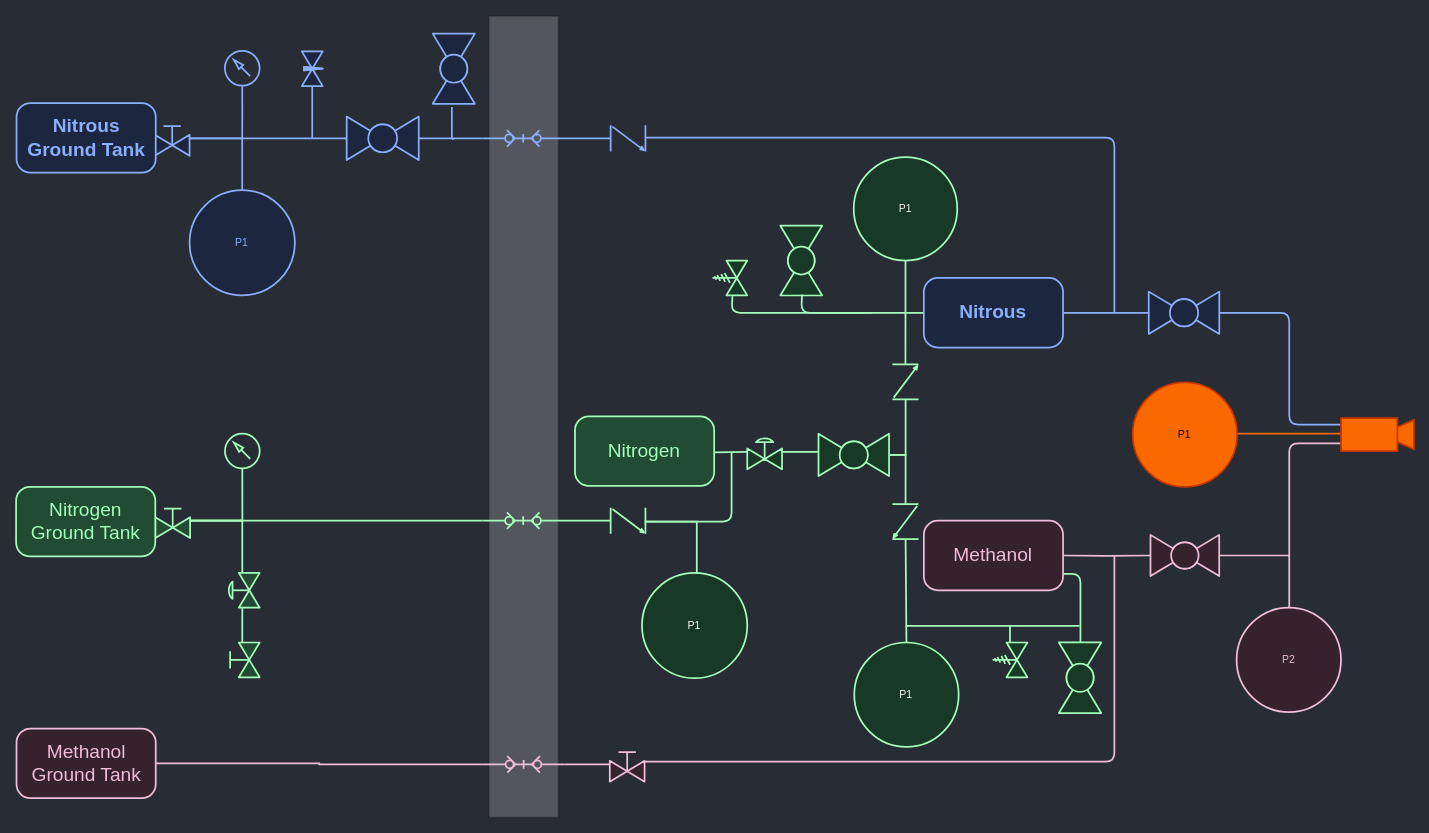
Earlier version of the draw.io diagram page "Simplified" (1 of 2) of CombinedPID.drawio (icl-rocketry/Propulsion-PIDs). Source tidied: cells renumbered, new cells numbered last; positions are measured from the earlier drawing's top-left corner, leaving out a move shared by most shapes. Both pictures are drawn from the tidied source at 87%, with x=0, y=0 at pixel (16, 16).
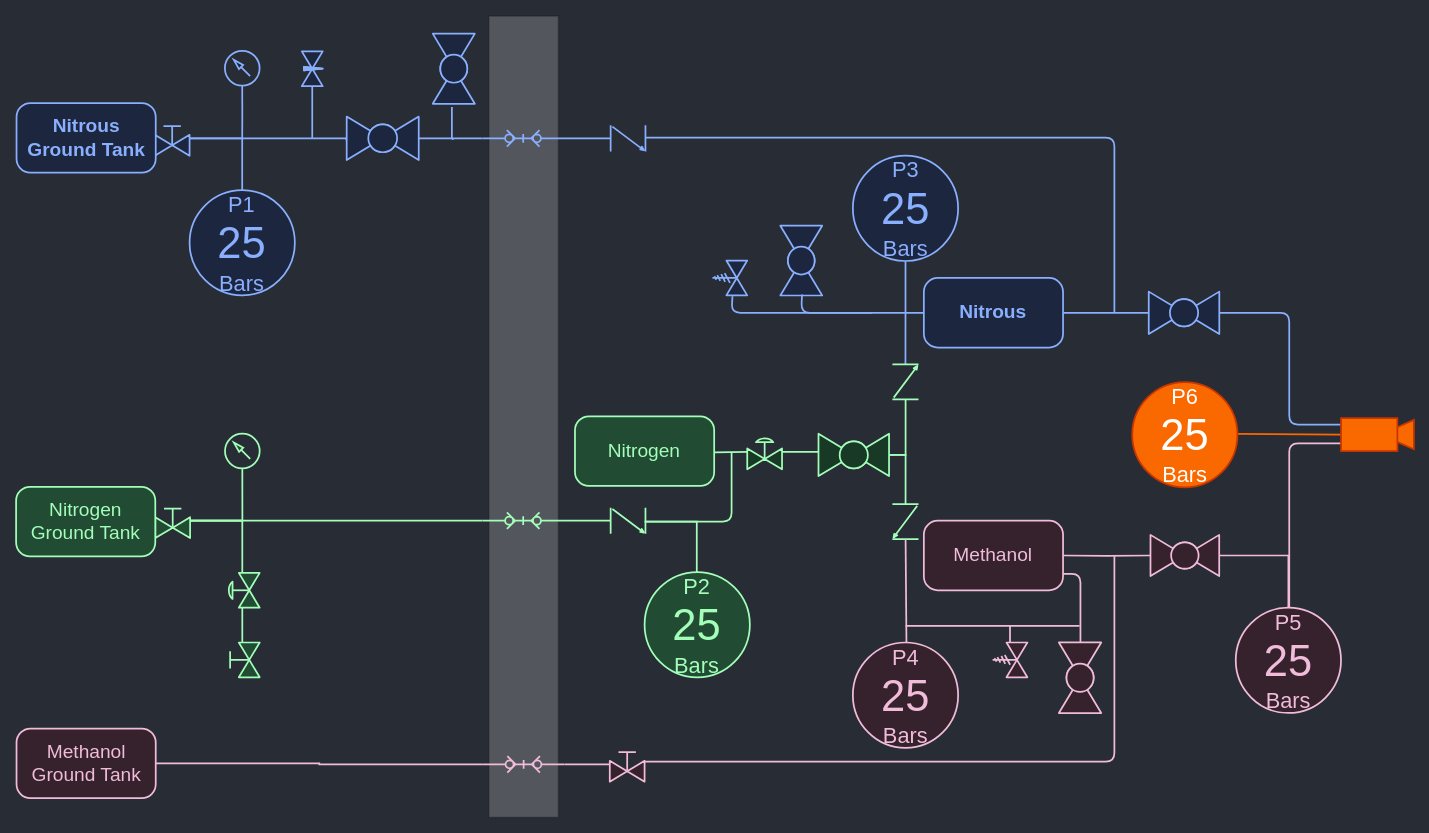
Above is the later version.

Unchanged cells that the change refers to:
```xml
<mxCell id="20" style="verticalLabelPosition=bottom;align=center;html=1;verticalAlign=top;dashed=0;shape=mxgraph.pid2valves.valve;valveType=check;rotation=0;fillColor=#224B33;strokeColor=#A3FEB9;strokeWidth=2;fontColor=#FAFAFA;" parent="1" vertex="1">
  <mxGeometry x="683.4" y="565" width="40" height="30" as="geometry" />
</mxCell>
<mxCell id="44" style="verticalLabelPosition=bottom;align=center;html=1;verticalAlign=top;dashed=0;shape=mxgraph.pid2valves.valve;valveType=check;rotation=-90;fillColor=#183926;strokeColor=#A3FEB9;strokeWidth=2;" parent="1" vertex="1">
  <mxGeometry x="1002.2" y="405.5" width="40.1" height="30" as="geometry" />
</mxCell>
<mxCell id="59" style="verticalLabelPosition=bottom;align=center;html=1;verticalAlign=top;dashed=0;shape=mxgraph.pid2valves.valve;valveType=ball;rotation=-180;fillColor=#35222C;strokeColor=#F0BCDA;fontColor=#F0BCDA;strokeWidth=2;" parent="1" vertex="1">
  <mxGeometry x="1303.9" y="596.3" width="79" height="47.4" as="geometry" />
</mxCell>
<mxCell id="71" value="Methanol" style="rounded=1;whiteSpace=wrap;html=1;arcSize=20;fontSize=22;strokeColor=#F0BCDA;fillColor=#35222C;fontColor=#F0BCDA;strokeWidth=2;" parent="1" vertex="1">
  <mxGeometry x="1043.4" y="580" width="160" height="80" as="geometry" />
</mxCell>
```

What changed in the source:
```diff
@@
-    <mxCell id="23" value="P1" style="ellipse;whiteSpace=wrap;html=1;fillColor=#1C263E;strokeColor=#89AFFE;rotation=0;fontColor=#89AFFE;strokeWidth=2;" parent="1" vertex="1">
+    <mxCell id="23" value="P1&lt;br style=&quot;font-size: 25px;&quot;&gt;&lt;font style=&quot;font-size: 50px;&quot;&gt;25&lt;/font&gt;&lt;br style=&quot;font-size: 25px;&quot;&gt;Bars" style="ellipse;whiteSpace=wrap;html=1;fillColor=#1C263E;strokeColor=#89AFFE;rotation=0;fontColor=#89AFFE;strokeWidth=2;fontSize=25;" parent="1" vertex="1">
       <mxGeometry x="199.4" y="200" width="121" height="121" as="geometry" />
     </mxCell>
@@
-    <mxCell id="31" value="P1" style="ellipse;whiteSpace=wrap;html=1;fillColor=#183926;strokeColor=#A3FEB9;rotation=0;strokeWidth=2;fontColor=#FAFAFA;" parent="1" vertex="1">
-      <mxGeometry x="719.4" y="640" width="121" height="121" as="geometry" />
-    </mxCell>
@@
-    <mxCell id="38" style="edgeStyle=orthogonalEdgeStyle;rounded=1;jettySize=auto;html=1;entryX=0.975;entryY=0.501;entryDx=0;entryDy=0;entryPerimeter=0;fontColor=#FAFAFA;strokeWidth=2;fillColor=#183926;strokeColor=#A3FEB9;endArrow=none;endFill=0;" parent="1" edge="1" target="46">
+    <mxCell id="38" style="edgeStyle=orthogonalEdgeStyle;rounded=1;jettySize=auto;html=1;entryX=0.975;entryY=0.501;entryDx=0;entryDy=0;entryPerimeter=0;fontColor=#FAFAFA;strokeWidth=2;fillColor=#183926;strokeColor=#F0BCDA;endArrow=none;endFill=0;" parent="1" edge="1" target="46">
       <mxGeometry relative="1" as="geometry">
         <mxPoint x="1142.4" y="701" as="sourcePoint" />
         <Array as="points">
           <mxPoint x="1142.4" y="701" />
         </Array>
       </mxGeometry>
     </mxCell>
-    <mxCell id="39" style="edgeStyle=orthogonalEdgeStyle;rounded=1;orthogonalLoop=1;jettySize=auto;html=1;fillColor=#183926;strokeColor=#A3FEB9;strokeWidth=2;endArrow=none;endFill=0;" parent="1" edge="1">
+    <mxCell id="39" style="edgeStyle=orthogonalEdgeStyle;rounded=1;orthogonalLoop=1;jettySize=auto;html=1;fillColor=#183926;strokeColor=#F0BCDA;strokeWidth=2;endArrow=none;endFill=0;fontColor=#F0BCDA;" parent="1" edge="1">
       <mxGeometry relative="1" as="geometry">
         <mxPoint x="1022.4" y="701" as="sourcePoint" />
         <mxPoint x="1222.4" y="701" as="targetPoint" />
         <Array as="points">
           <mxPoint x="1222.4" y="701" />
         </Array>
       </mxGeometry>
     </mxCell>
@@
-    <mxCell id="41" style="edgeStyle=orthogonalEdgeStyle;rounded=1;orthogonalLoop=1;jettySize=auto;html=1;entryX=0.5;entryY=0;entryDx=0;entryDy=0;entryPerimeter=0;fillColor=#183926;strokeColor=#A3FEB9;strokeWidth=2;endArrow=none;endFill=0;" parent="1" edge="1">
+    <mxCell id="41" style="edgeStyle=orthogonalEdgeStyle;rounded=1;orthogonalLoop=1;jettySize=auto;html=1;entryX=0.5;entryY=0;entryDx=0;entryDy=0;entryPerimeter=0;fillColor=#183926;strokeColor=#89AFFE;strokeWidth=2;endArrow=none;endFill=0;" parent="1" edge="1">
       <mxGeometry relative="1" as="geometry">
         <mxPoint x="982.4" y="341" as="sourcePoint" />
         <mxPoint x="1043.5" y="341" as="targetPoint" />
         <Array as="points">
           <mxPoint x="983.4" y="341" />
         </Array>
       </mxGeometry>
     </mxCell>
-    <mxCell id="42" style="edgeStyle=orthogonalEdgeStyle;rounded=1;jettySize=auto;html=1;fillColor=#183926;strokeColor=#A3FEB9;strokeWidth=2;endArrow=none;endFill=0;entryX=-0.025;entryY=0.575;entryDx=0;entryDy=0;entryPerimeter=0;" parent="1" edge="1" target="50">
+    <mxCell id="42" style="edgeStyle=orthogonalEdgeStyle;rounded=1;jettySize=auto;html=1;fillColor=#183926;strokeColor=#89AFFE;strokeWidth=2;endArrow=none;endFill=0;entryX=-0.025;entryY=0.575;entryDx=0;entryDy=0;entryPerimeter=0;" parent="1" edge="1" target="50">
       <mxGeometry relative="1" as="geometry">
         <mxPoint x="982.4" y="341" as="sourcePoint" />
         <Array as="points">
           <mxPoint x="983.4" y="341" />
           <mxPoint x="822.4" y="341" />
           <mxPoint x="822.4" y="322" />
         </Array>
       </mxGeometry>
     </mxCell>
-    <mxCell id="43" style="edgeStyle=orthogonalEdgeStyle;rounded=0;jettySize=auto;html=1;endArrow=none;endFill=0;strokeColor=#A3FEB9;strokeWidth=2;entryX=0.5;entryY=1;entryDx=0;entryDy=0;" parent="1" edge="1" source="44" target="73">
-      <mxGeometry relative="1" as="geometry" />
+    <mxCell id="43" style="edgeStyle=orthogonalEdgeStyle;rounded=0;jettySize=auto;html=1;endArrow=none;endFill=0;strokeColor=#89AFFE;strokeWidth=2;entryX=0.5;entryY=1;entryDx=0;entryDy=0;" parent="1" edge="1" source="44">
+      <mxGeometry relative="1" as="geometry">
+        <mxPoint x="1022.3" y="281" as="targetPoint" />
+      </mxGeometry>
     </mxCell>
@@
-    <mxCell id="46" style="verticalLabelPosition=bottom;align=center;html=1;verticalAlign=top;dashed=0;shape=mxgraph.pid2valves.valve;valveType=gate;actuator=spring;rotation=-90;fontColor=#FAFAFA;strokeWidth=2;fillColor=#183926;strokeColor=#A3FEB9;" parent="1" vertex="1">
+    <mxCell id="46" style="verticalLabelPosition=bottom;align=center;html=1;verticalAlign=top;dashed=0;shape=mxgraph.pid2valves.valve;valveType=gate;actuator=spring;rotation=-90;fontColor=#F0BCDA;strokeWidth=2;fillColor=#35222C;strokeColor=#F0BCDA;" parent="1" vertex="1">
       <mxGeometry x="1122.4" y="720" width="40" height="40" as="geometry" />
     </mxCell>
-    <mxCell id="47" value="P1" style="ellipse;whiteSpace=wrap;html=1;fillColor=#183926;strokeColor=#A3FEB9;rotation=0;strokeWidth=2;fontColor=#F7F7F7;" parent="1" vertex="1">
-      <mxGeometry x="963.4" y="720" width="120" height="120" as="geometry" />
-    </mxCell>
-    <mxCell id="48" style="edgeStyle=orthogonalEdgeStyle;rounded=1;jettySize=auto;html=1;strokeColor=#A3FEB9;endArrow=none;endFill=0;strokeWidth=2;" parent="1" edge="1" target="71">
+    <mxCell id="48" style="edgeStyle=orthogonalEdgeStyle;rounded=1;jettySize=auto;html=1;strokeColor=#F0BCDA;endArrow=none;endFill=0;strokeWidth=2;fontColor=#F0BCDA;" parent="1" edge="1" target="71">
       <mxGeometry relative="1" as="geometry">
         <mxPoint x="1223.4" y="720" as="sourcePoint" />
         <Array as="points">
           <mxPoint x="1223.4" y="720" />
           <mxPoint x="1223.4" y="641" />
         </Array>
       </mxGeometry>
     </mxCell>
-    <mxCell id="49" style="verticalLabelPosition=bottom;align=center;html=1;verticalAlign=top;dashed=0;shape=mxgraph.pid2valves.valve;valveType=ball;rotation=-90;fillColor=#183926;strokeColor=#A3FEB9;strokeWidth=2;" parent="1" vertex="1">
+    <mxCell id="49" style="verticalLabelPosition=bottom;align=center;html=1;verticalAlign=top;dashed=0;shape=mxgraph.pid2valves.valve;valveType=ball;rotation=-90;fillColor=#35222C;strokeColor=#F0BCDA;strokeWidth=2;fontColor=#F0BCDA;" parent="1" vertex="1">
       <mxGeometry x="1182.4" y="736.2" width="81.1" height="48.7" as="geometry" />
     </mxCell>
-    <mxCell id="50" style="verticalLabelPosition=bottom;align=center;html=1;verticalAlign=top;dashed=0;shape=mxgraph.pid2valves.valve;valveType=gate;actuator=spring;rotation=-90;fillColor=#183926;strokeColor=#A3FEB9;strokeWidth=2;" parent="1" vertex="1">
+    <mxCell id="50" style="verticalLabelPosition=bottom;align=center;html=1;verticalAlign=top;dashed=0;shape=mxgraph.pid2valves.valve;valveType=gate;actuator=spring;rotation=-90;fillColor=#1C263E;strokeColor=#89AFFE;strokeWidth=2;" parent="1" vertex="1">
       <mxGeometry x="800.4" y="281" width="40" height="40" as="geometry" />
     </mxCell>
-    <mxCell id="51" style="verticalLabelPosition=bottom;align=center;html=1;verticalAlign=top;dashed=0;shape=mxgraph.pid2valves.valve;valveType=ball;rotation=-90;fillColor=#183926;strokeColor=#A3FEB9;strokeWidth=2;" parent="1" vertex="1">
+    <mxCell id="51" style="verticalLabelPosition=bottom;align=center;html=1;verticalAlign=top;dashed=0;shape=mxgraph.pid2valves.valve;valveType=ball;rotation=-90;fillColor=#1C263E;strokeColor=#89AFFE;strokeWidth=2;" parent="1" vertex="1">
       <mxGeometry x="862.4" y="257" width="80.2" height="48.1" as="geometry" />
     </mxCell>
@@
-    <mxCell id="58" style="edgeStyle=orthogonalEdgeStyle;rounded=0;jettySize=auto;html=1;entryX=0.5;entryY=0;entryDx=0;entryDy=0;fillColor=#35222C;fontColor=#F0BCDA;strokeColor=#F0BCDA;strokeWidth=2;endArrow=none;endFill=0;" parent="1" edge="1" source="59" target="64">
+    <mxCell id="58" style="edgeStyle=orthogonalEdgeStyle;rounded=0;jettySize=auto;html=1;entryX=0.5;entryY=0;entryDx=0;entryDy=0;fillColor=#35222C;fontColor=#F0BCDA;strokeColor=#F0BCDA;strokeWidth=2;endArrow=none;endFill=0;" parent="1" edge="1" source="82">
       <mxGeometry relative="1" as="geometry">
+        <mxPoint x="1462.9" y="680" as="targetPoint" />
         <Array as="points">
           <mxPoint x="1463.4" y="620" />
           <mxPoint x="1463.4" y="682" />
         </Array>
       </mxGeometry>
     </mxCell>
@@
-    <mxCell id="62" style="edgeStyle=orthogonalEdgeStyle;rounded=0;jettySize=auto;html=1;entryX=0;entryY=0.5;entryDx=0;entryDy=0;fillColor=#fa6800;strokeColor=#FA6800;endArrow=none;endFill=0;strokeWidth=2;" parent="1" edge="1" source="63" target="75">
+    <mxCell id="62" style="edgeStyle=orthogonalEdgeStyle;rounded=0;jettySize=auto;html=1;entryX=0;entryY=0.5;entryDx=0;entryDy=0;fillColor=#fa6800;strokeColor=#FA6800;endArrow=none;endFill=0;strokeWidth=2;" parent="1" edge="1" target="75">
       <mxGeometry relative="1" as="geometry">
+        <mxPoint x="1403.5" y="480.1" as="sourcePoint" />
         <Array as="points">
           <mxPoint x="1523.4" y="480" />
         </Array>
       </mxGeometry>
     </mxCell>
-    <mxCell id="63" value="P1" style="ellipse;whiteSpace=wrap;html=1;fillColor=#fa6800;strokeColor=#C73500;rotation=0;fontColor=#000000;strokeWidth=2;" parent="1" vertex="1">
-      <mxGeometry x="1283.4" y="421" width="120.1" height="120.1" as="geometry" />
-    </mxCell>
-    <mxCell id="64" value="P2" style="ellipse;whiteSpace=wrap;html=1;fillColor=#35222C;strokeColor=#F0BCDA;rotation=0;fontColor=#F0BCDA;strokeWidth=2;" parent="1" vertex="1">
-      <mxGeometry x="1402.9" y="680" width="120" height="120" as="geometry" />
-    </mxCell>
@@
-    <mxCell id="70" style="edgeStyle=orthogonalEdgeStyle;rounded=0;jettySize=auto;html=1;fillColor=#224B33;strokeColor=#A3FEB9;strokeWidth=2;fontColor=#FAFAFA;endArrow=none;endFill=0;exitX=0.975;exitY=0.533;exitDx=0;exitDy=0;exitPerimeter=0;entryX=0.5;entryY=0;entryDx=0;entryDy=0;" parent="1" edge="1" source="20" target="31">
+    <mxCell id="70" style="edgeStyle=orthogonalEdgeStyle;rounded=0;jettySize=auto;html=1;fillColor=#224B33;strokeColor=#A3FEB9;strokeWidth=2;fontColor=#FAFAFA;endArrow=none;endFill=0;exitX=0.975;exitY=0.533;exitDx=0;exitDy=0;exitPerimeter=0;entryX=0.5;entryY=0;entryDx=0;entryDy=0;" parent="1" edge="1" source="20">
       <mxGeometry relative="1" as="geometry">
+        <mxPoint x="779.9" y="640" as="targetPoint" />
         <Array as="points">
           <mxPoint x="782.4" y="581" />
           <mxPoint x="782.4" y="640" />
         </Array>
       </mxGeometry>
     </mxCell>
@@
-    <mxCell id="72" style="edgeStyle=orthogonalEdgeStyle;rounded=0;jettySize=auto;html=1;entryX=0.5;entryY=0;entryDx=0;entryDy=0;fillColor=#183926;strokeColor=#A3FEB9;strokeWidth=2;endArrow=none;endFill=0;" parent="1" edge="1" target="47">
+    <mxCell id="72" style="edgeStyle=orthogonalEdgeStyle;rounded=0;orthogonalLoop=1;jettySize=auto;html=1;entryX=0.5;entryY=0;entryDx=0;entryDy=0;fillColor=#183926;strokeColor=#F0BCDA;strokeWidth=2;endArrow=none;endFill=0;fontColor=#F0BCDA;" parent="1" edge="1">
       <mxGeometry relative="1" as="geometry">
         <mxPoint x="1022.4" y="601" as="sourcePoint" />
+        <mxPoint x="1023.4" y="720" as="targetPoint" />
         <Array as="points">
           <mxPoint x="1022.4" y="601" />
           <mxPoint x="1022.4" y="720" />
         </Array>
       </mxGeometry>
     </mxCell>
-    <mxCell id="73" value="P1" style="ellipse;whiteSpace=wrap;html=1;fillColor=#183926;strokeColor=#A3FEB9;rotation=0;strokeWidth=2;fontColor=#F2F2F2;" parent="1" vertex="1">
-      <mxGeometry x="962.8" y="162" width="119" height="119" as="geometry" />
-    </mxCell>
-    <mxCell id="74" style="edgeStyle=orthogonalEdgeStyle;rounded=1;orthogonalLoop=1;jettySize=auto;html=1;fillColor=#183926;strokeColor=#A3FEB9;strokeWidth=2;endArrow=none;endFill=0;" parent="1" edge="1">
+    <mxCell id="74" style="edgeStyle=orthogonalEdgeStyle;rounded=1;orthogonalLoop=1;jettySize=auto;html=1;fillColor=#183926;strokeColor=#89AFFE;strokeWidth=2;endArrow=none;endFill=0;" parent="1" edge="1">
       <mxGeometry relative="1" as="geometry">
         <mxPoint x="982.4" y="341" as="sourcePoint" />
         <mxPoint x="903.4" y="320" as="targetPoint" />
         <Array as="points">
           <mxPoint x="982.4" y="341" />
           <mxPoint x="902.4" y="341" />
           <mxPoint x="902.4" y="320" />
         </Array>
       </mxGeometry>
     </mxCell>
-    <mxCell id="75" style="rounded=0;whiteSpace=wrap;html=1;rotation=0;fillColor=#fa6800;strokeWidth=2;fontColor=#000000;strokeColor=#C73500;" parent="1" vertex="1">
+    <mxCell id="75" style="rounded=0;whiteSpace=wrap;html=1;rotation=0;fillColor=#FA6800;strokeWidth=2;fontColor=#000000;strokeColor=#C73500;" parent="1" vertex="1">
       <mxGeometry x="1522.9" y="462.1" width="64.8" height="37.9" as="geometry" />
     </mxCell>
@@
+    <mxCell id="78" value="P3&lt;br style=&quot;font-size: 25px;&quot;&gt;&lt;font style=&quot;font-size: 50px;&quot;&gt;25&lt;/font&gt;&lt;br style=&quot;font-size: 25px;&quot;&gt;Bars" style="ellipse;whiteSpace=wrap;html=1;fillColor=#1C263E;strokeColor=#89AFFE;rotation=0;fontColor=#89AFFE;strokeWidth=2;fontSize=25;" parent="1" vertex="1">
+      <mxGeometry x="961.8" y="160.5" width="121" height="121" as="geometry" />
+    </mxCell>
+    <mxCell id="79" value="P2&lt;br style=&quot;font-size: 25px;&quot;&gt;&lt;font style=&quot;font-size: 50px;&quot;&gt;25&lt;/font&gt;&lt;br style=&quot;font-size: 25px;&quot;&gt;Bars" style="ellipse;whiteSpace=wrap;html=1;fillColor=#224B33;strokeColor=#A3FEB9;rotation=0;fontColor=#A3FEB9;strokeWidth=2;fontSize=25;" parent="1" vertex="1">
+      <mxGeometry x="722.4" y="639" width="121" height="121" as="geometry" />
+    </mxCell>
+    <mxCell id="80" value="P4&lt;br style=&quot;font-size: 25px;&quot;&gt;&lt;font style=&quot;font-size: 50px;&quot;&gt;25&lt;/font&gt;&lt;br style=&quot;font-size: 25px;&quot;&gt;Bars" style="ellipse;whiteSpace=wrap;html=1;fillColor=#35222C;strokeColor=#F0BCDA;rotation=0;fontColor=#F0BCDA;strokeWidth=2;fontSize=25;" parent="1" vertex="1">
+      <mxGeometry x="961.8" y="720" width="121" height="121" as="geometry" />
+    </mxCell>
+    <mxCell id="81" style="edgeStyle=orthogonalEdgeStyle;rounded=0;jettySize=auto;html=1;entryX=0.5;entryY=0;entryDx=0;entryDy=0;fillColor=#35222C;fontColor=#F0BCDA;strokeColor=#F0BCDA;strokeWidth=2;endArrow=none;endFill=0;" parent="1" edge="1" source="59" target="82">
+      <mxGeometry relative="1" as="geometry" />
+    </mxCell>
+    <mxCell id="82" value="P5&lt;br style=&quot;font-size: 25px;&quot;&gt;&lt;font style=&quot;font-size: 50px;&quot;&gt;25&lt;/font&gt;&lt;br style=&quot;font-size: 25px;&quot;&gt;Bars" style="ellipse;whiteSpace=wrap;html=1;fillColor=#35222C;strokeColor=#F0BCDA;rotation=0;fontColor=#F0BCDA;strokeWidth=2;fontSize=25;" parent="1" vertex="1">
+      <mxGeometry x="1401.9" y="680" width="121" height="121" as="geometry" />
+    </mxCell>
+    <mxCell id="83" value="P6&lt;br style=&quot;font-size: 25px;&quot;&gt;&lt;font style=&quot;font-size: 50px;&quot;&gt;25&lt;/font&gt;&lt;br style=&quot;font-size: 25px;&quot;&gt;Bars" style="ellipse;whiteSpace=wrap;html=1;fillColor=#FA6800;strokeColor=#C73500;rotation=0;fontColor=#fFFFFf;strokeWidth=2;fontSize=25;" parent="1" vertex="1">
+      <mxGeometry x="1282.9" y="420.6" width="121" height="121" as="geometry" />
+    </mxCell>
```
